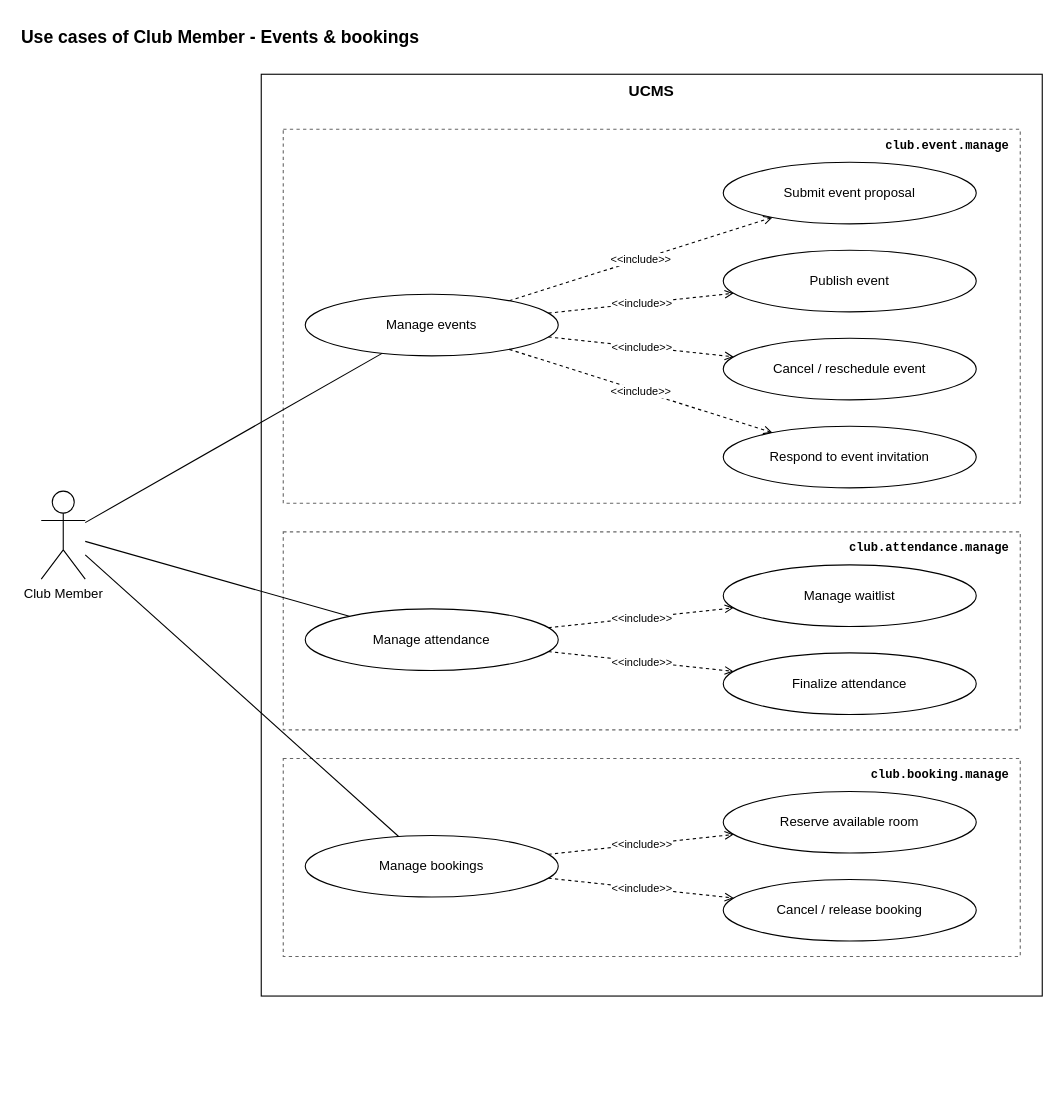
Above: page "Club Member 2 - Events & bookings" (5 of 9) of docs/03-diagrams/UCMS_UseCase_ByActor.drawio in nvdekay/ClubManagementSystem (draw.io), before the change. Source tidied: cells renumbered, new cells numbered last; positions are measured from the earlier drawing's top-left corner, leaving out a move shared by most shapes. Both pictures are drawn from the tidied source at 110%, with x=0, y=0 at pixel (19, 19).
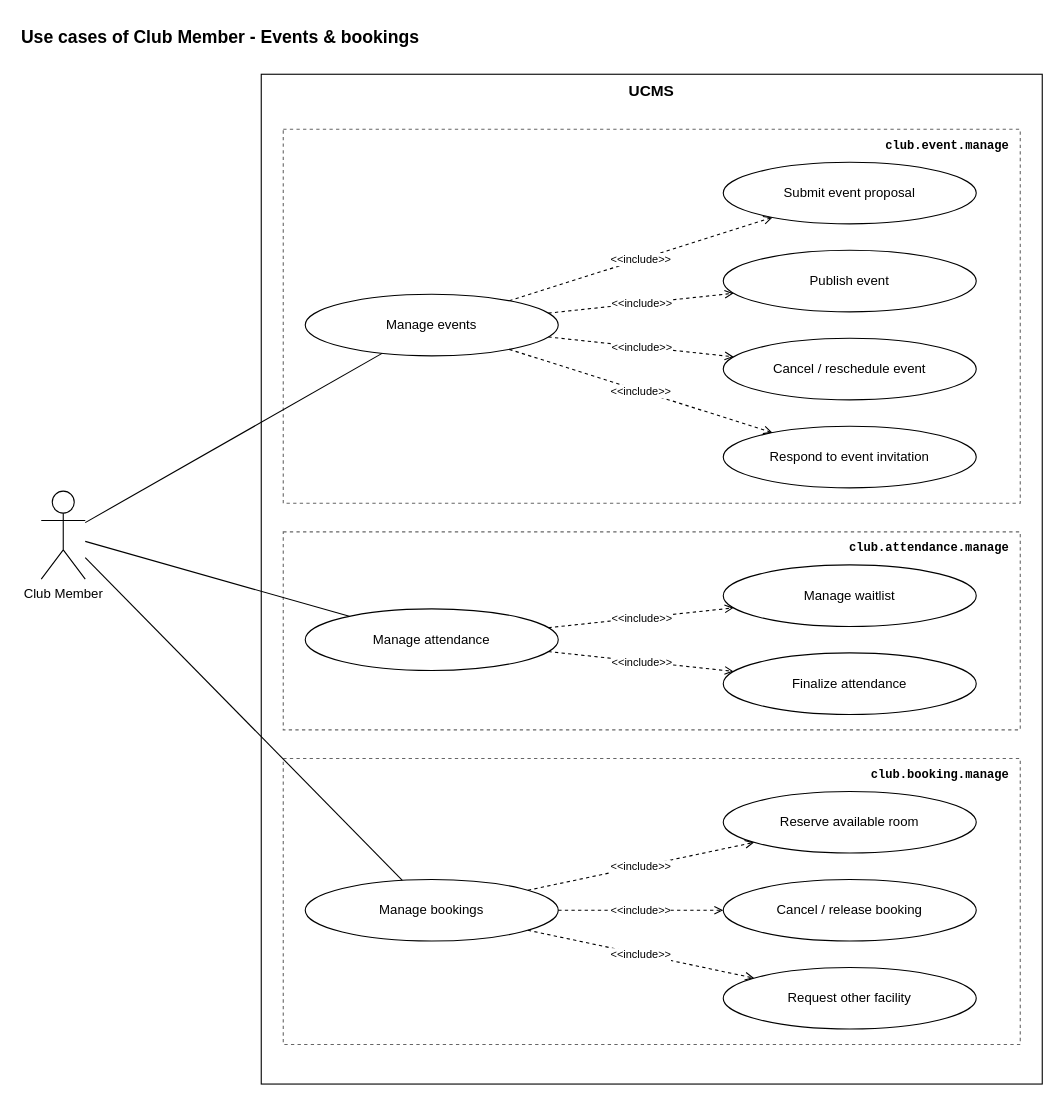
After the change.

Change to the diagram source:
```diff
@@
     <mxCell id="3" value="UCMS" style="rounded=0;whiteSpace=wrap;html=1;fillColor=none;strokeColor=#000000;verticalAlign=top;fontStyle=1;fontSize=14;" parent="1" vertex="1">
-      <mxGeometry x="220" y="50" width="710" height="838" as="geometry" />
+      <mxGeometry x="220" y="50" width="710" height="918" as="geometry" />
     </mxCell>
@@
     <mxCell id="7" value="club.booking.manage" style="rounded=0;whiteSpace=wrap;html=1;fillColor=none;strokeColor=#666666;dashed=1;verticalAlign=top;align=right;spacingRight=8;spacingTop=2;fontSize=11;fontFamily=Courier New;fontStyle=1;" parent="1" vertex="1">
-      <mxGeometry x="240" y="672" width="670" height="180" as="geometry" />
+      <mxGeometry x="240" y="672" width="670" height="260" as="geometry" />
     </mxCell>
@@
     <mxCell id="24" value="Manage bookings" style="ellipse;whiteSpace=wrap;html=1;fillColor=#ffffff;strokeColor=#000000;fontSize=12;" parent="1" vertex="1">
-      <mxGeometry x="260" y="742" width="230" height="56" as="geometry" />
+      <mxGeometry x="260" y="782" width="230" height="56" as="geometry" />
     </mxCell>
@@
+    <mxCell id="30" value="Request other facility" style="ellipse;whiteSpace=wrap;html=1;fillColor=#ffffff;strokeColor=#000000;fontSize=12;" parent="1" vertex="1">
+      <mxGeometry x="640" y="862" width="230" height="56" as="geometry" />
+    </mxCell>
+    <mxCell id="31" value="&amp;lt;&amp;lt;include&amp;gt;&amp;gt;" style="endArrow=open;dashed=1;html=1;strokeColor=#000000;fontSize=10;labelBackgroundColor=#ffffff;" parent="1" edge="1" source="24" target="30">
+      <mxGeometry relative="1" as="geometry" />
+    </mxCell>
```
